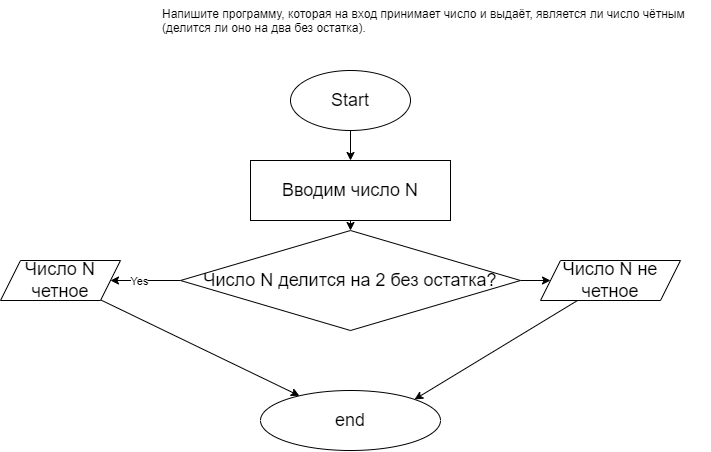
Above: HomeWork01/Ex03/Ex03.drawio.png in NeoAdd/TestRepo13072022 (draw.io), before the change. Source tidied: cells renumbered, new cells last; positions are measured from the earlier drawing's top-left corner, leaving out a move shared by most shapes.
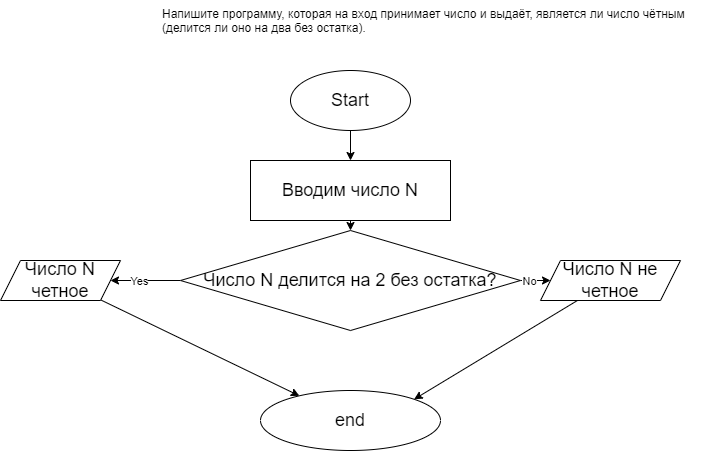
After the commit.

Change to the diagram source:
```diff
@@ -33,6 +33,9 @@
     <mxCell id="10" style="edgeStyle=none;html=1;" parent="1" edge="1" source="11" target="15">
       <mxGeometry relative="1" as="geometry" />
     </mxCell>
+    <mxCell id="17" value="No" style="edgeLabel;html=1;align=center;verticalAlign=middle;" parent="10" vertex="1">
+      <mxGeometry x="-0.47" relative="1" as="geometry" />
+    </mxCell>
     <mxCell id="11" value="Число N делится на 2 без остатка?" style="rhombus;whiteSpace=wrap;html=1;fontSize=18;" parent="1" vertex="1">
       <mxGeometry x="180" y="230" width="340" height="100" as="geometry" />
     </mxCell>
```
